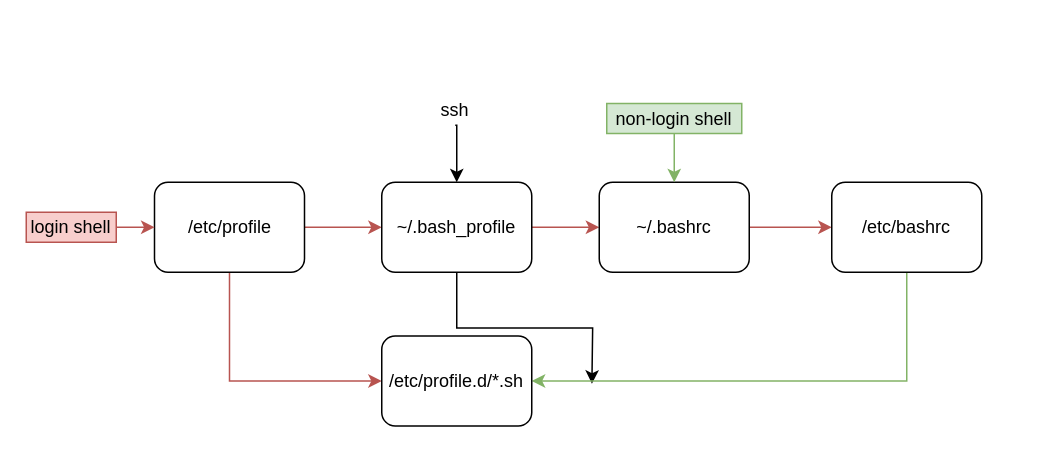
The draw.io diagram Linux configuration.drawio in Albert-W/Draw_io, before the edit. Source tidied: cells renumbered, new cells numbered last; positions are measured from the earlier drawing's top-left corner, leaving out a move shared by most shapes. Both pictures are drawn from the tidied source at 150%, with x=0, y=0 at pixel (26, 94).
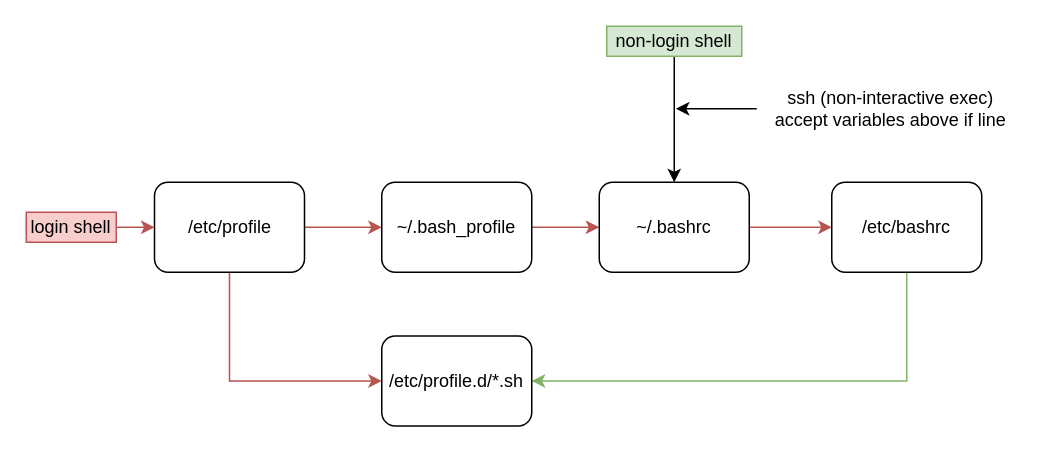
After the change.

Unchanged cells that the change refers to:
```xml
<mxCell id="7" value="~/.bash_profile" style="rounded=1;whiteSpace=wrap;html=1;" parent="1" vertex="1">
  <mxGeometry x="237" y="58" width="100" height="60" as="geometry" />
</mxCell>
<mxCell id="9" value="~/.bashrc" style="rounded=1;whiteSpace=wrap;html=1;" parent="1" vertex="1">
  <mxGeometry x="382" y="58" width="100" height="60" as="geometry" />
</mxCell>
```

What changed in the source:
```diff
@@
-    <mxCell id="6" style="edgeStyle=orthogonalEdgeStyle;rounded=0;jettySize=auto;html=1;exitX=0.5;exitY=1;exitDx=0;exitDy=0;" parent="1" edge="1" source="7">
-      <mxGeometry relative="1" as="geometry">
-        <mxPoint x="377.1" y="192.3" as="targetPoint" />
-      </mxGeometry>
-    </mxCell>
@@
-    <mxCell id="13" style="endArrow=classic;html=1;entryX=0.5;entryY=0;entryDx=0;entryDy=0;fillColor=#d5e8d4;strokeColor=#82b366;" parent="1" edge="1" target="9">
-      <mxGeometry relative="1" as="geometry">
-        <mxPoint x="432" y="8" as="sourcePoint" />
-      </mxGeometry>
-    </mxCell>
@@
+    <mxCell id="19" style="edgeStyle=orthogonalEdgeStyle;rounded=0;jettySize=auto;html=1;exitX=0.5;exitY=1;exitDx=0;exitDy=0;entryX=0.5;entryY=0;entryDx=0;entryDy=0;" parent="1" edge="1" source="15" target="9">
+      <mxGeometry relative="1" as="geometry" />
+    </mxCell>
     <mxCell id="15" value="non-login shell" style="text;html=1;strokeColor=#82b366;fillColor=#d5e8d4;align=center;verticalAlign=middle;whiteSpace=wrap;rounded=0;" parent="1" vertex="1">
-      <mxGeometry x="387" y="5.5" width="90" height="20" as="geometry" />
+      <mxGeometry x="387" y="-46" width="90" height="20" as="geometry" />
     </mxCell>
@@
-    <mxCell id="17" style="edgeStyle=orthogonalEdgeStyle;rounded=0;jettySize=auto;html=1;exitX=0.5;exitY=1;exitDx=0;exitDy=0;entryX=0.5;entryY=0;entryDx=0;entryDy=0;" parent="1" edge="1" source="18" target="7">
-      <mxGeometry relative="1" as="geometry" />
-    </mxCell>
-    <mxCell id="18" value="ssh" style="text;html=1;strokeColor=none;fillColor=none;align=center;verticalAlign=middle;whiteSpace=wrap;rounded=0;" parent="1" vertex="1">
-      <mxGeometry x="266" width="40" height="20" as="geometry" />
-    </mxCell>
+    <mxCell id="20" style="edgeStyle=orthogonalEdgeStyle;rounded=0;jettySize=auto;html=1;exitX=0;exitY=0.5;exitDx=0;exitDy=0;" parent="1" edge="1" source="21">
+      <mxGeometry relative="1" as="geometry">
+        <mxPoint x="433.1" y="9" as="targetPoint" />
+      </mxGeometry>
+    </mxCell>
+    <mxCell id="21" value="ssh (non-interactive exec)&lt;br&gt;accept variables above if line" style="text;html=1;strokeColor=none;fillColor=none;align=center;verticalAlign=middle;whiteSpace=wrap;rounded=0;" parent="1" vertex="1">
+      <mxGeometry x="487" y="-1" width="179" height="20" as="geometry" />
+    </mxCell>
```
